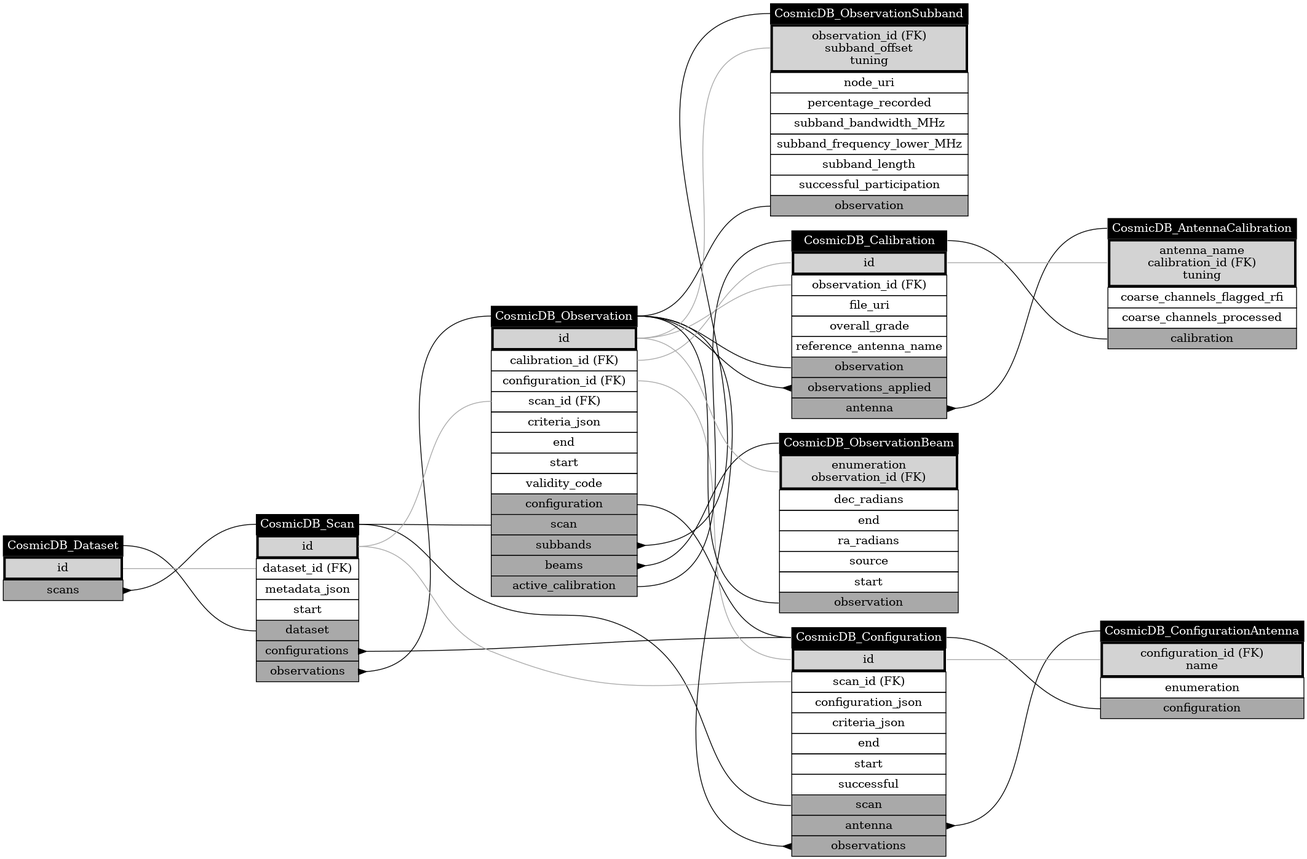
Earlier version of the Graphviz export docs/classes_Operation.png (COSMIC-SETI/COSMIC-VLA-Database). Its source is kept beside it as docs/classes_Operation.dot. Its diagram source:
```dot
digraph CosmicDB_Operation {
layout=dot;
rankdir=LR;
ranksep="2.25";
CosmicDB_Dataset [label=<<table border="0" cellborder="1" cellspacing="0" cellpadding="4">
	<tr><td bgcolor="black" port="class"><font color="white">CosmicDB_Dataset</font></td></tr>
	<tr><td port="pk" bgcolor="lightgrey" border="3">id</td></tr>
	<tr><td bgcolor="darkgrey" port="scans">scans</td></tr>
</table>>, shape=plain];
CosmicDB_Scan [label=<<table border="0" cellborder="1" cellspacing="0" cellpadding="4">
	<tr><td bgcolor="black" port="class"><font color="white">CosmicDB_Scan</font></td></tr>
	<tr><td port="pk" bgcolor="lightgrey" border="3">id</td></tr>
	<tr><td port="dataset_id">dataset_id (FK)</td></tr>
	<tr><td port="metadata_json">metadata_json</td></tr>
	<tr><td port="start">start</td></tr>
	<tr><td bgcolor="darkgrey" port="dataset">dataset</td></tr>
	<tr><td bgcolor="darkgrey" port="configurations">configurations</td></tr>
	<tr><td bgcolor="darkgrey" port="observations">observations</td></tr>
</table>>, shape=plain];
CosmicDB_Configuration [label=<<table border="0" cellborder="1" cellspacing="0" cellpadding="4">
	<tr><td bgcolor="black" port="class"><font color="white">CosmicDB_Configuration</font></td></tr>
	<tr><td port="pk" bgcolor="lightgrey" border="3">id</td></tr>
	<tr><td port="scan_id">scan_id (FK)</td></tr>
	<tr><td port="configuration_json">configuration_json</td></tr>
	<tr><td port="criteria_json">criteria_json</td></tr>
	<tr><td port="end">end</td></tr>
	<tr><td port="start">start</td></tr>
	<tr><td port="successful">successful</td></tr>
	<tr><td bgcolor="darkgrey" port="scan">scan</td></tr>
	<tr><td bgcolor="darkgrey" port="antenna">antenna</td></tr>
	<tr><td bgcolor="darkgrey" port="observations">observations</td></tr>
</table>>, shape=plain];
CosmicDB_ConfigurationAntenna [label=<<table border="0" cellborder="1" cellspacing="0" cellpadding="4">
	<tr><td bgcolor="black" port="class"><font color="white">CosmicDB_ConfigurationAntenna</font></td></tr>
	<tr><td port="pk" bgcolor="lightgrey" border="3">configuration_id (FK)<br/>name</td></tr>
	<tr><td port="enumeration">enumeration</td></tr>
	<tr><td bgcolor="darkgrey" port="configuration">configuration</td></tr>
</table>>, shape=plain];
CosmicDB_Calibration [label=<<table border="0" cellborder="1" cellspacing="0" cellpadding="4">
	<tr><td bgcolor="black" port="class"><font color="white">CosmicDB_Calibration</font></td></tr>
	<tr><td port="pk" bgcolor="lightgrey" border="3">id</td></tr>
	<tr><td port="observation_id">observation_id (FK)</td></tr>
	<tr><td port="file_uri">file_uri</td></tr>
	<tr><td port="overall_grade">overall_grade</td></tr>
	<tr><td port="reference_antenna_name">reference_antenna_name</td></tr>
	<tr><td bgcolor="darkgrey" port="observation">observation</td></tr>
	<tr><td bgcolor="darkgrey" port="observations_applied">observations_applied</td></tr>
	<tr><td bgcolor="darkgrey" port="antenna">antenna</td></tr>
</table>>, shape=plain];
CosmicDB_AntennaCalibration [label=<<table border="0" cellborder="1" cellspacing="0" cellpadding="4">
	<tr><td bgcolor="black" port="class"><font color="white">CosmicDB_AntennaCalibration</font></td></tr>
	<tr><td port="pk" bgcolor="lightgrey" border="3">antenna_name<br/>calibration_id (FK)<br/>tuning</td></tr>
	<tr><td port="coarse_channels_flagged_rfi">coarse_channels_flagged_rfi</td></tr>
	<tr><td port="coarse_channels_processed">coarse_channels_processed</td></tr>
	<tr><td bgcolor="darkgrey" port="calibration">calibration</td></tr>
</table>>, shape=plain];
CosmicDB_Observation [label=<<table border="0" cellborder="1" cellspacing="0" cellpadding="4">
	<tr><td bgcolor="black" port="class"><font color="white">CosmicDB_Observation</font></td></tr>
	<tr><td port="pk" bgcolor="lightgrey" border="3">id</td></tr>
	<tr><td port="calibration_id">calibration_id (FK)</td></tr>
	<tr><td port="configuration_id">configuration_id (FK)</td></tr>
	<tr><td port="scan_id">scan_id (FK)</td></tr>
	<tr><td port="criteria_json">criteria_json</td></tr>
	<tr><td port="end">end</td></tr>
	<tr><td port="start">start</td></tr>
	<tr><td port="validity_code">validity_code</td></tr>
	<tr><td bgcolor="darkgrey" port="configuration">configuration</td></tr>
	<tr><td bgcolor="darkgrey" port="scan">scan</td></tr>
	<tr><td bgcolor="darkgrey" port="subbands">subbands</td></tr>
	<tr><td bgcolor="darkgrey" port="beams">beams</td></tr>
	<tr><td bgcolor="darkgrey" port="active_calibration">active_calibration</td></tr>
</table>>, shape=plain];
CosmicDB_ObservationSubband [label=<<table border="0" cellborder="1" cellspacing="0" cellpadding="4">
	<tr><td bgcolor="black" port="class"><font color="white">CosmicDB_ObservationSubband</font></td></tr>
	<tr><td port="pk" bgcolor="lightgrey" border="3">observation_id (FK)<br/>subband_offset<br/>tuning</td></tr>
	<tr><td port="node_uri">node_uri</td></tr>
	<tr><td port="percentage_recorded">percentage_recorded</td></tr>
	<tr><td port="subband_bandwidth_MHz">subband_bandwidth_MHz</td></tr>
	<tr><td port="subband_frequency_lower_MHz">subband_frequency_lower_MHz</td></tr>
	<tr><td port="subband_length">subband_length</td></tr>
	<tr><td port="successful_participation">successful_participation</td></tr>
	<tr><td bgcolor="darkgrey" port="observation">observation</td></tr>
</table>>, shape=plain];
CosmicDB_ObservationBeam [label=<<table border="0" cellborder="1" cellspacing="0" cellpadding="4">
	<tr><td bgcolor="black" port="class"><font color="white">CosmicDB_ObservationBeam</font></td></tr>
	<tr><td port="pk" bgcolor="lightgrey" border="3">enumeration<br/>observation_id (FK)</td></tr>
	<tr><td port="dec_radians">dec_radians</td></tr>
	<tr><td port="end">end</td></tr>
	<tr><td port="ra_radians">ra_radians</td></tr>
	<tr><td port="source">source</td></tr>
	<tr><td port="start">start</td></tr>
	<tr><td bgcolor="darkgrey" port="observation">observation</td></tr>
</table>>, shape=plain];
CosmicDB_Dataset:scans -> CosmicDB_Scan:class  [arrowtail=inv, dir=back];
CosmicDB_Scan:dataset -> CosmicDB_Dataset:class  [arrowtail=none, dir=back];
CosmicDB_Scan:configurations -> CosmicDB_Configuration:class  [arrowtail=inv, dir=back];
CosmicDB_Scan:observations -> CosmicDB_Observation:class  [arrowtail=inv, dir=back];
CosmicDB_Configuration:scan -> CosmicDB_Scan:class  [arrowtail=none, dir=back];
CosmicDB_Configuration:antenna -> CosmicDB_ConfigurationAntenna:class  [arrowtail=inv, dir=back];
CosmicDB_Configuration:observations -> CosmicDB_Observation:class  [arrowtail=inv, dir=back];
CosmicDB_ConfigurationAntenna:configuration -> CosmicDB_Configuration:class  [arrowtail=none, dir=back];
CosmicDB_Calibration:observation -> CosmicDB_Observation:class  [arrowtail=none, dir=back];
CosmicDB_Calibration:observations_applied -> CosmicDB_Observation:class  [arrowtail=inv, dir=back];
CosmicDB_Calibration:antenna -> CosmicDB_AntennaCalibration:class  [arrowtail=inv, dir=back];
CosmicDB_AntennaCalibration:calibration -> CosmicDB_Calibration:class  [arrowtail=none, dir=back];
CosmicDB_Observation:configuration -> CosmicDB_Configuration:class  [arrowtail=none, dir=back];
CosmicDB_Observation:scan -> CosmicDB_Scan:class  [arrowtail=none, dir=back];
CosmicDB_Observation:subbands -> CosmicDB_ObservationSubband:class  [arrowtail=inv, dir=back];
CosmicDB_Observation:beams -> CosmicDB_ObservationBeam:class  [arrowtail=inv, dir=back];
CosmicDB_Observation:active_calibration -> CosmicDB_Calibration:class  [arrowtail=none, dir=back];
CosmicDB_ObservationSubband:observation -> CosmicDB_Observation:class  [arrowtail=none, dir=back];
CosmicDB_ObservationBeam:observation -> CosmicDB_Observation:class  [arrowtail=none, dir=back];
CosmicDB_Scan:dataset_id -> CosmicDB_Dataset:pk  [arrowtail=none, color=darkgrey, dir=back];
CosmicDB_Configuration:scan_id -> CosmicDB_Scan:pk  [arrowtail=none, color=darkgrey, dir=back];
CosmicDB_ConfigurationAntenna:pk -> CosmicDB_Configuration:pk  [arrowtail=none, color=darkgrey, dir=back];
CosmicDB_Calibration:observation_id -> CosmicDB_Observation:pk  [arrowtail=none, color=darkgrey, dir=back];
CosmicDB_AntennaCalibration:pk -> CosmicDB_Calibration:pk  [arrowtail=none, color=darkgrey, dir=back];
CosmicDB_Observation:calibration_id -> CosmicDB_Calibration:pk  [arrowtail=none, color=darkgrey, dir=back];
CosmicDB_Observation:configuration_id -> CosmicDB_Configuration:pk  [arrowtail=none, color=darkgrey, dir=back];
CosmicDB_Observation:scan_id -> CosmicDB_Scan:pk  [arrowtail=none, color=darkgrey, dir=back];
CosmicDB_ObservationSubband:pk -> CosmicDB_Observation:pk  [arrowtail=none, color=darkgrey, dir=back];
CosmicDB_ObservationBeam:pk -> CosmicDB_Observation:pk  [arrowtail=none, color=darkgrey, dir=back];
}
```
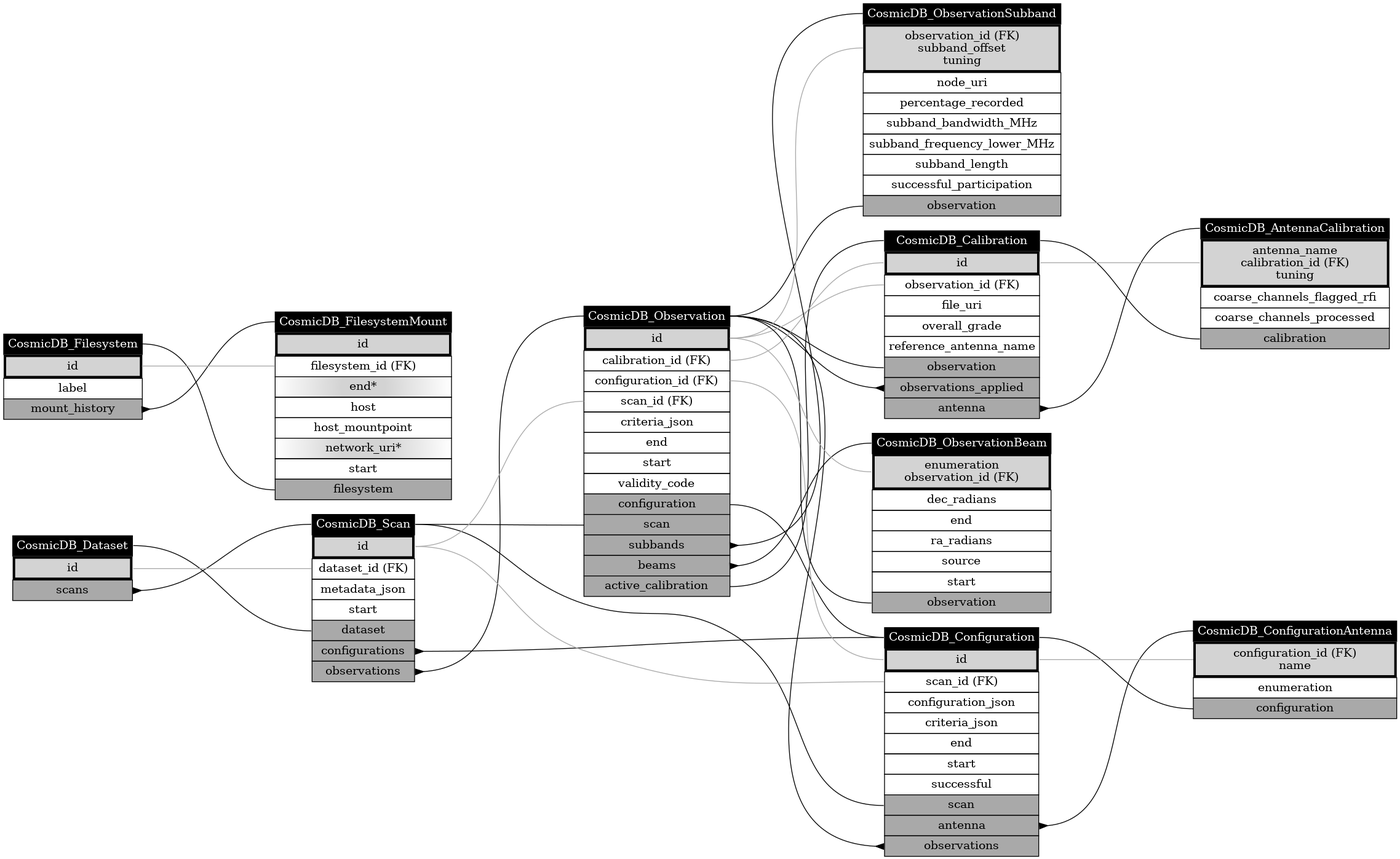
Later version of the same file.

Commit message:
*% Move Filesystem entity to Operational scope

Diff of the diagram source:
```diff
@@ -91,6 +91,23 @@
 	<tr><td port="start">start</td></tr>
 	<tr><td bgcolor="darkgrey" port="observation">observation</td></tr>
 </table>>, shape=plain];
+CosmicDB_Filesystem [label=<<table border="0" cellborder="1" cellspacing="0" cellpadding="4">
+	<tr><td bgcolor="black" port="class"><font color="white">CosmicDB_Filesystem</font></td></tr>
+	<tr><td port="pk" bgcolor="lightgrey" border="3">id</td></tr>
+	<tr><td port="label">label</td></tr>
+	<tr><td bgcolor="darkgrey" port="mount_history">mount_history</td></tr>
+</table>>, shape=plain];
+CosmicDB_FilesystemMount [label=<<table border="0" cellborder="1" cellspacing="0" cellpadding="4">
+	<tr><td bgcolor="black" port="class"><font color="white">CosmicDB_FilesystemMount</font></td></tr>
+	<tr><td port="pk" bgcolor="lightgrey" border="3">id</td></tr>
+	<tr><td port="filesystem_id">filesystem_id (FK)</td></tr>
+	<tr><td port="end" bgcolor="lightgrey:white" style="radial">end*</td></tr>
+	<tr><td port="host">host</td></tr>
+	<tr><td port="host_mountpoint">host_mountpoint</td></tr>
+	<tr><td port="network_uri" bgcolor="lightgrey:white" style="radial">network_uri*</td></tr>
+	<tr><td port="start">start</td></tr>
+	<tr><td bgcolor="darkgrey" port="filesystem">filesystem</td></tr>
+</table>>, shape=plain];
 CosmicDB_Dataset:scans -> CosmicDB_Scan:class  [arrowtail=inv, dir=back];
 CosmicDB_Scan:dataset -> CosmicDB_Dataset:class  [arrowtail=none, dir=back];
 CosmicDB_Scan:configurations -> CosmicDB_Configuration:class  [arrowtail=inv, dir=back];
@@ -110,6 +127,8 @@
 CosmicDB_Observation:active_calibration -> CosmicDB_Calibration:class  [arrowtail=none, dir=back];
 CosmicDB_ObservationSubband:observation -> CosmicDB_Observation:class  [arrowtail=none, dir=back];
 CosmicDB_ObservationBeam:observation -> CosmicDB_Observation:class  [arrowtail=none, dir=back];
+CosmicDB_Filesystem:mount_history -> CosmicDB_FilesystemMount:class  [arrowtail=inv, dir=back];
+CosmicDB_FilesystemMount:filesystem -> CosmicDB_Filesystem:class  [arrowtail=none, dir=back];
 CosmicDB_Scan:dataset_id -> CosmicDB_Dataset:pk  [arrowtail=none, color=darkgrey, dir=back];
 CosmicDB_Configuration:scan_id -> CosmicDB_Scan:pk  [arrowtail=none, color=darkgrey, dir=back];
 CosmicDB_ConfigurationAntenna:pk -> CosmicDB_Configuration:pk  [arrowtail=none, color=darkgrey, dir=back];
@@ -120,4 +139,5 @@
 CosmicDB_Observation:scan_id -> CosmicDB_Scan:pk  [arrowtail=none, color=darkgrey, dir=back];
 CosmicDB_ObservationSubband:pk -> CosmicDB_Observation:pk  [arrowtail=none, color=darkgrey, dir=back];
 CosmicDB_ObservationBeam:pk -> CosmicDB_Observation:pk  [arrowtail=none, color=darkgrey, dir=back];
+CosmicDB_FilesystemMount:filesystem_id -> CosmicDB_Filesystem:pk  [arrowtail=none, color=darkgrey, dir=back];
 }
```
